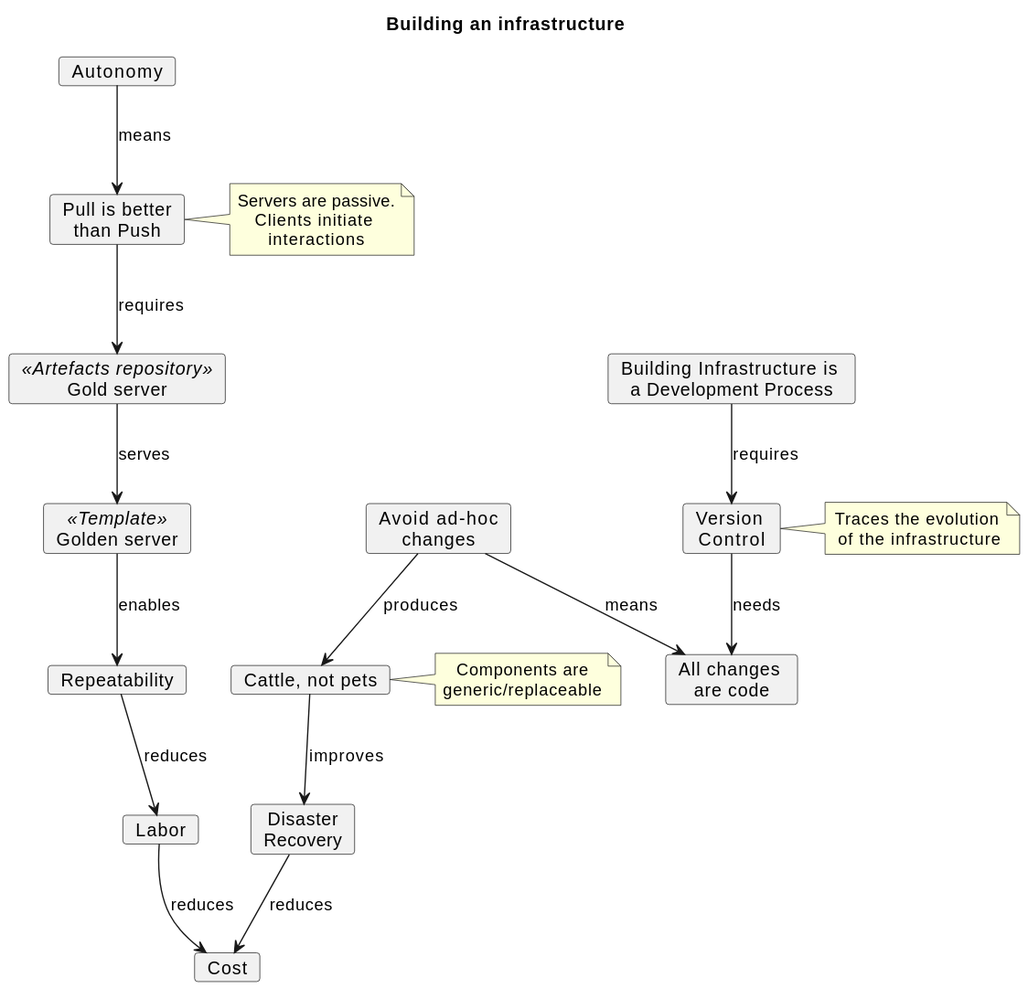
Before: assets/svg/traugott98-building-infrastructure.svg, a diagram exported from PlantUML (pgpbpadilla/pgpbpadilla.github.io). The source it was exported from:
```plantuml
@startuml

title Building an infrastructure

skinparam defaultTextAlignment center

card "All changes \nare code" as code
card "Avoid ad-hoc\nchanges" as adhoc
card "Autonomy" as autonomy
card "Building Infrastructure is \na Development Process" as dev
card "Cattle, not pets" as cattle
note right: Components are\ngeneric/replaceable
card "Cost" as cost
card "Disaster\nRecovery" as dr
card "Gold server" <<Artefacts repository>> as artefacts
card "Golden server" <<Template>> as golden
card "Labor" as labor
card "Pull is better\nthan Push" as pull
note right: Servers are passive.\nClients initiate \ninteractions
card "Repeatability" as repeat
card "Version \nControl" as vc
note right: Traces the evolution\n of the infrastructure


artefacts --> golden: serves
adhoc --> cattle: produces
adhoc --> code: means
cattle --> dr: improves
dr --> cost: reduces
dev --> vc: requires
golden --> repeat: enables
labor --> cost: reduces
autonomy --> pull: means
pull --> artefacts: requires
repeat --> labor: reduces
vc --> code: needs

@enduml
```
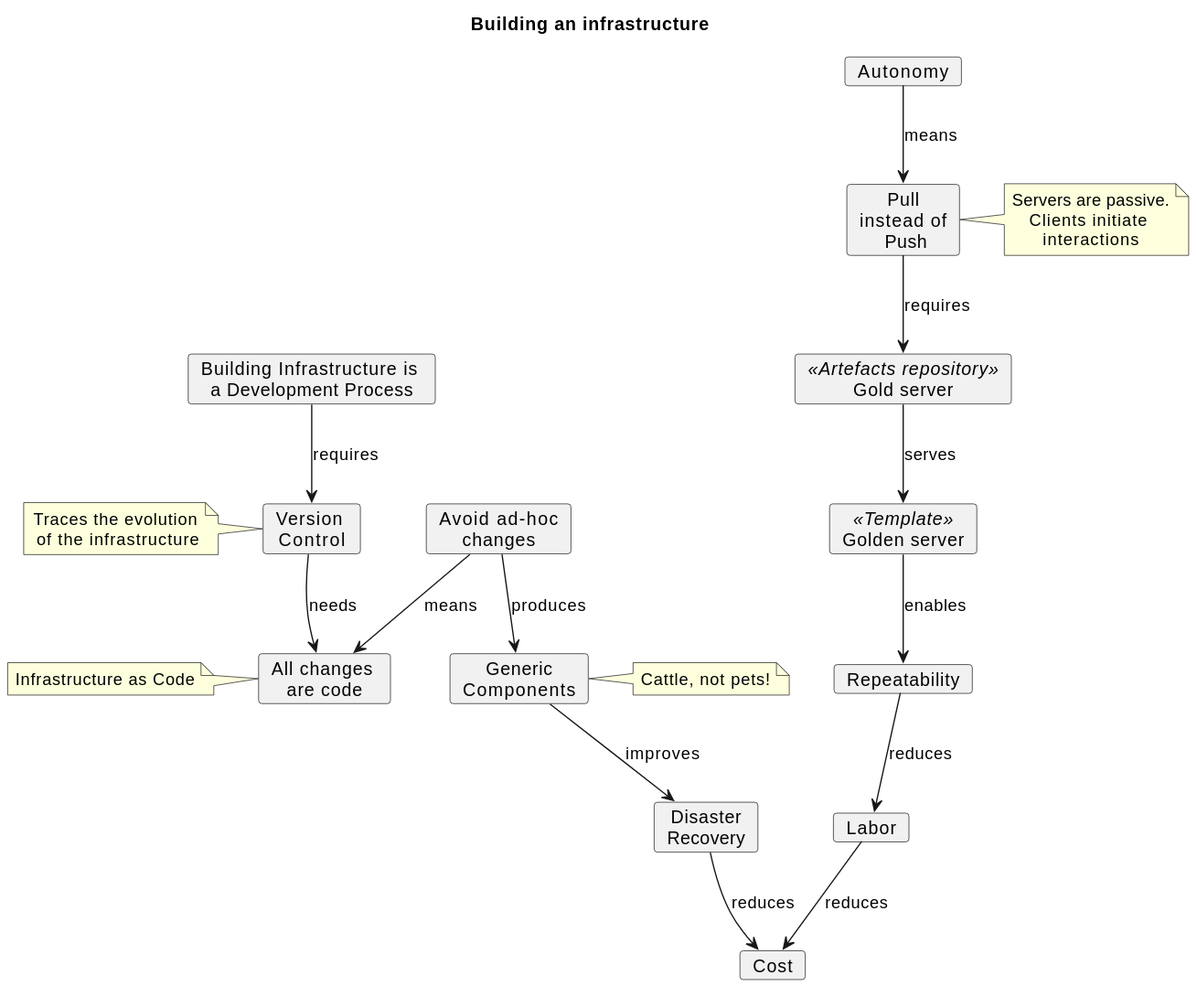
The same file after the commit.

Diff of the diagram source:
```diff
@@ -1,31 +1,31 @@
 @startuml
-
 title Building an infrastructure
 
 skinparam defaultTextAlignment center
 
 card "All changes \nare code" as code
+note left: Infrastructure as Code
 card "Avoid ad-hoc\nchanges" as adhoc
 card "Autonomy" as autonomy
 card "Building Infrastructure is \na Development Process" as dev
-card "Cattle, not pets" as cattle
-note right: Components are\ngeneric/replaceable
+card "Generic\nComponents" as generic
+note right: Cattle, not pets!
 card "Cost" as cost
 card "Disaster\nRecovery" as dr
 card "Gold server" <<Artefacts repository>> as artefacts
 card "Golden server" <<Template>> as golden
 card "Labor" as labor
-card "Pull is better\nthan Push" as pull
+card "Pull\ninstead of\n Push" as pull
 note right: Servers are passive.\nClients initiate \ninteractions
 card "Repeatability" as repeat
 card "Version \nControl" as vc
-note right: Traces the evolution\n of the infrastructure
+note left: Traces the evolution\n of the infrastructure
 
 
 artefacts --> golden: serves
-adhoc --> cattle: produces
+adhoc --> generic: produces
 adhoc --> code: means
-cattle --> dr: improves
+generic --> dr: improves
 dr --> cost: reduces
 dev --> vc: requires
 golden --> repeat: enables
@@ -34,5 +34,4 @@
 pull --> artefacts: requires
 repeat --> labor: reduces
 vc --> code: needs
-
 @enduml
```
